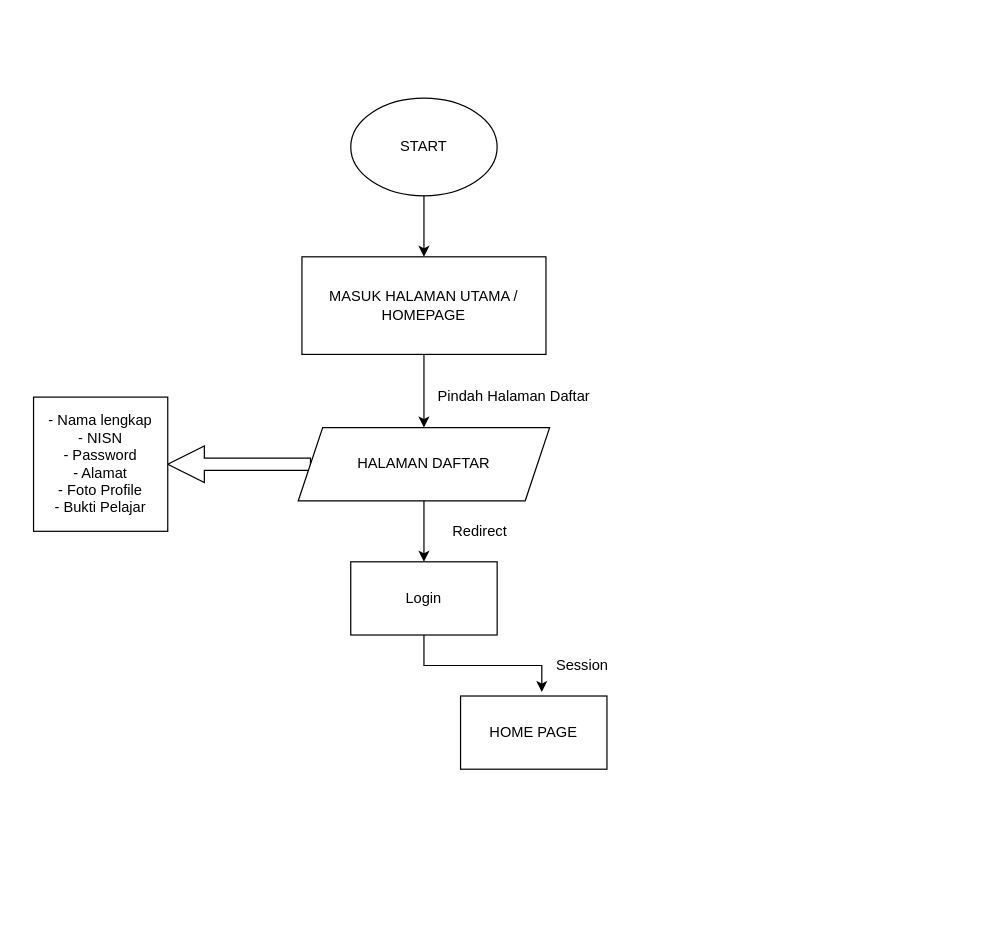
Earlier version of the draw.io diagram FIKSI 2023 Juragan Muda.drawio (Tim-IT-Migas/ERD-List). Source tidied: cells renumbered, new cells numbered last; positions are measured from the earlier drawing's top-left corner, leaving out a move shared by most shapes. Both pictures are drawn from the tidied source at 122%, with x=0, y=0 at pixel (33, 98).
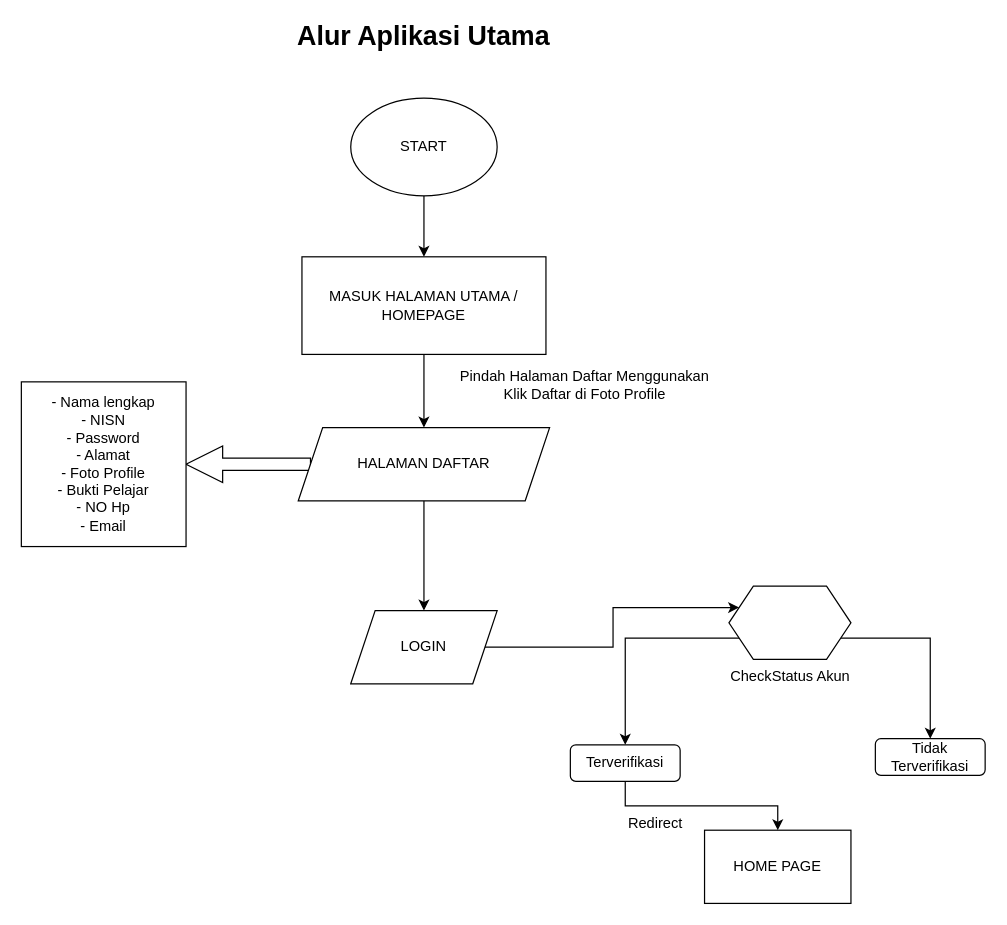
The same diagram, later.

Unchanged cells that the change refers to:
```xml
<mxCell id="8" value="HALAMAN DAFTAR" style="shape=parallelogram;perimeter=parallelogramPerimeter;whiteSpace=wrap;html=1;fixedSize=1;" parent="1" vertex="1">
  <mxGeometry x="217" y="270" width="206" height="60" as="geometry" />
</mxCell>
```

The edit, as a diff of the source:
```diff
@@
-    <mxCell id="6" style="edgeStyle=orthogonalEdgeStyle;rounded=0;jettySize=auto;html=1;exitX=0.5;exitY=1;exitDx=0;exitDy=0;entryX=0.5;entryY=0;entryDx=0;entryDy=0;" parent="1" edge="1" source="8" target="11">
-      <mxGeometry relative="1" as="geometry" />
-    </mxCell>
@@
+    <mxCell id="16" style="edgeStyle=orthogonalEdgeStyle;rounded=0;jettySize=auto;html=1;exitX=0.5;exitY=1;exitDx=0;exitDy=0;entryX=0.5;entryY=0;entryDx=0;entryDy=0;" parent="1" edge="1" source="8" target="25">
+      <mxGeometry relative="1" as="geometry" />
+    </mxCell>
@@
-    <mxCell id="9" value="Pindah Halaman Daftar" style="text;html=1;strokeColor=none;fillColor=none;align=center;verticalAlign=middle;whiteSpace=wrap;rounded=0;" parent="1" vertex="1">
-      <mxGeometry x="324" y="230" width="140" height="30" as="geometry" />
+    <mxCell id="9" value="Pindah Halaman Daftar Menggunakan Klik Daftar di Foto Profile" style="text;html=1;strokeColor=none;fillColor=none;align=center;verticalAlign=middle;whiteSpace=wrap;rounded=0;" parent="1" vertex="1">
+      <mxGeometry x="344" y="220" width="216" height="30" as="geometry" />
     </mxCell>
-    <mxCell id="10" style="edgeStyle=orthogonalEdgeStyle;rounded=0;jettySize=auto;html=1;exitX=0.5;exitY=1;exitDx=0;exitDy=0;entryX=0.555;entryY=-0.054;entryDx=0;entryDy=0;entryPerimeter=0;" parent="1" edge="1" source="11" target="14">
-      <mxGeometry relative="1" as="geometry" />
-    </mxCell>
-    <mxCell id="11" value="Login" style="rounded=0;whiteSpace=wrap;html=1;" parent="1" vertex="1">
-      <mxGeometry x="260" y="380" width="120" height="60" as="geometry" />
-    </mxCell>
-    <mxCell id="12" value="Redirect" style="text;html=1;strokeColor=none;fillColor=none;align=center;verticalAlign=middle;whiteSpace=wrap;rounded=0;" parent="1" vertex="1">
-      <mxGeometry x="324" y="344.5" width="84" height="20" as="geometry" />
-    </mxCell>
-    <mxCell id="13" value="- Nama lengkap&lt;br&gt;- NISN&lt;br&gt;- Password&lt;br&gt;- Alamat&lt;br&gt;- Foto Profile&lt;br&gt;- Bukti Pelajar" style="whiteSpace=wrap;html=1;" parent="1" vertex="1">
-      <mxGeometry y="245" width="110" height="110" as="geometry" />
+    <mxCell id="13" value="- Nama lengkap&lt;br&gt;- NISN&lt;br&gt;- Password&lt;br&gt;- Alamat&lt;br&gt;- Foto Profile&lt;br&gt;- Bukti Pelajar&lt;br&gt;- NO Hp&lt;br&gt;- Email" style="whiteSpace=wrap;html=1;" parent="1" vertex="1">
+      <mxGeometry x="-10" y="232.5" width="135" height="135" as="geometry" />
     </mxCell>
     <mxCell id="14" value="HOME PAGE" style="rounded=0;whiteSpace=wrap;html=1;" parent="1" vertex="1">
-      <mxGeometry x="350" y="490" width="120" height="60" as="geometry" />
+      <mxGeometry x="550" y="600" width="120" height="60" as="geometry" />
     </mxCell>
-    <mxCell id="15" value="Session" style="text;html=1;strokeColor=none;fillColor=none;align=center;verticalAlign=middle;whiteSpace=wrap;rounded=0;" parent="1" vertex="1">
-      <mxGeometry x="420" y="450" width="60" height="30" as="geometry" />
-    </mxCell>
+    <mxCell id="17" value="Alur Aplikasi Utama" style="text;html=1;strokeColor=none;fillColor=none;align=center;verticalAlign=middle;whiteSpace=wrap;rounded=0;fontSize=22;fontStyle=1;" parent="1" vertex="1">
+      <mxGeometry x="215" y="-60" width="210" height="20" as="geometry" />
+    </mxCell>
+    <mxCell id="18" style="edgeStyle=orthogonalEdgeStyle;rounded=0;jettySize=auto;html=1;exitX=0.5;exitY=1;exitDx=0;exitDy=0;" parent="1" edge="1" source="19" target="14">
+      <mxGeometry relative="1" as="geometry" />
+    </mxCell>
+    <mxCell id="19" value="Terverifikasi" style="rounded=1;whiteSpace=wrap;html=1;" parent="1" vertex="1">
+      <mxGeometry x="440" y="530" width="90" height="30" as="geometry" />
+    </mxCell>
+    <mxCell id="20" value="Tidak Terverifikasi" style="rounded=1;whiteSpace=wrap;html=1;" parent="1" vertex="1">
+      <mxGeometry x="690" y="525" width="90" height="30" as="geometry" />
+    </mxCell>
+    <mxCell id="21" style="edgeStyle=orthogonalEdgeStyle;rounded=0;jettySize=auto;html=1;exitX=0;exitY=0.75;exitDx=0;exitDy=0;entryX=0.5;entryY=0;entryDx=0;entryDy=0;" parent="1" edge="1" source="23" target="19">
+      <mxGeometry relative="1" as="geometry" />
+    </mxCell>
+    <mxCell id="22" style="edgeStyle=orthogonalEdgeStyle;rounded=0;jettySize=auto;html=1;exitX=1;exitY=0.75;exitDx=0;exitDy=0;entryX=0.5;entryY=0;entryDx=0;entryDy=0;" parent="1" edge="1" source="23" target="20">
+      <mxGeometry relative="1" as="geometry" />
+    </mxCell>
+    <mxCell id="23" value="CheckStatus Akun" style="verticalLabelPosition=bottom;verticalAlign=top;html=1;shape=hexagon;perimeter=hexagonPerimeter2;arcSize=6;size=0.2;" parent="1" vertex="1">
+      <mxGeometry x="570" y="400" width="100" height="60" as="geometry" />
+    </mxCell>
+    <mxCell id="12" value="Redirect" style="text;html=1;strokeColor=none;fillColor=none;align=center;verticalAlign=middle;whiteSpace=wrap;rounded=0;" parent="1" vertex="1">
+      <mxGeometry x="480" y="580" width="60" height="30" as="geometry" />
+    </mxCell>
+    <mxCell id="24" style="edgeStyle=orthogonalEdgeStyle;rounded=0;jettySize=auto;html=1;exitX=1;exitY=0.5;exitDx=0;exitDy=0;entryX=0;entryY=0.25;entryDx=0;entryDy=0;" parent="1" edge="1" source="25" target="23">
+      <mxGeometry relative="1" as="geometry" />
+    </mxCell>
+    <mxCell id="25" value="LOGIN" style="shape=parallelogram;perimeter=parallelogramPerimeter;whiteSpace=wrap;html=1;fixedSize=1;" parent="1" vertex="1">
+      <mxGeometry x="260" y="420" width="120" height="60" as="geometry" />
+    </mxCell>
```
